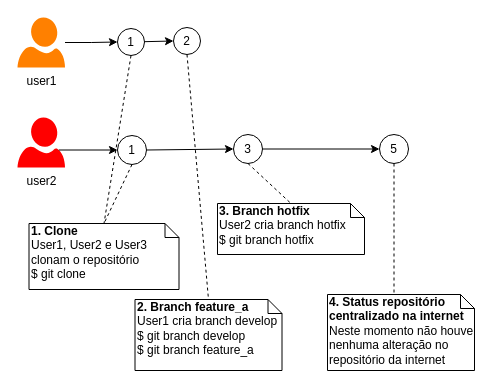
Above: doc/GitTimeline-Example-01.drawio in josemarsilva/eval-git (draw.io), before the change. Source tidied: cells renumbered, new cells numbered last; positions are measured from the earlier drawing's top-left corner, leaving out a move shared by most shapes. Both pictures are drawn from the tidied source at 100%, with x=0, y=0 at pixel (17, 17).
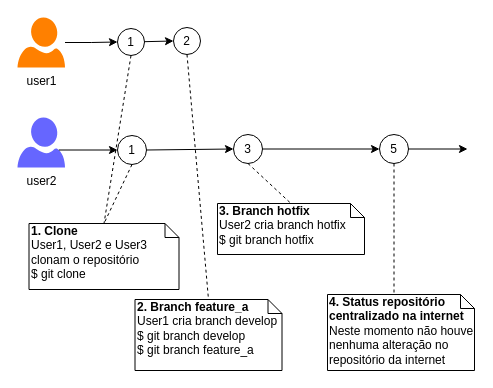
After the change.

Unchanged cells that the change refers to:
```xml
<mxCell id="21" value="5" style="ellipse;whiteSpace=wrap;html=1;fillColor=none;" parent="1" vertex="1">
  <mxGeometry x="362" y="117" width="29" height="29" as="geometry" />
</mxCell>
```

Diff of the diagram source:
```diff
@@
-    <mxCell id="3" value="user2&lt;br&gt;" style="verticalLabelPosition=bottom;html=1;verticalAlign=top;align=center;strokeColor=none;fillColor=#FF0000;shape=mxgraph.azure.user;" parent="1" vertex="1">
+    <mxCell id="3" value="user2&lt;br&gt;" style="verticalLabelPosition=bottom;html=1;verticalAlign=top;align=center;strokeColor=none;fillColor=#6666FF;shape=mxgraph.azure.user;" parent="1" vertex="1">
       <mxGeometry y="100" width="47.5" height="50" as="geometry" />
     </mxCell>
@@
+    <mxCell id="23" style="edgeStyle=none;rounded=0;jettySize=auto;html=1;endArrow=classic;endFill=1;" parent="1" edge="1" source="21">
+      <mxGeometry relative="1" as="geometry">
+        <mxPoint x="450" y="131.5" as="targetPoint" />
+      </mxGeometry>
+    </mxCell>
```
